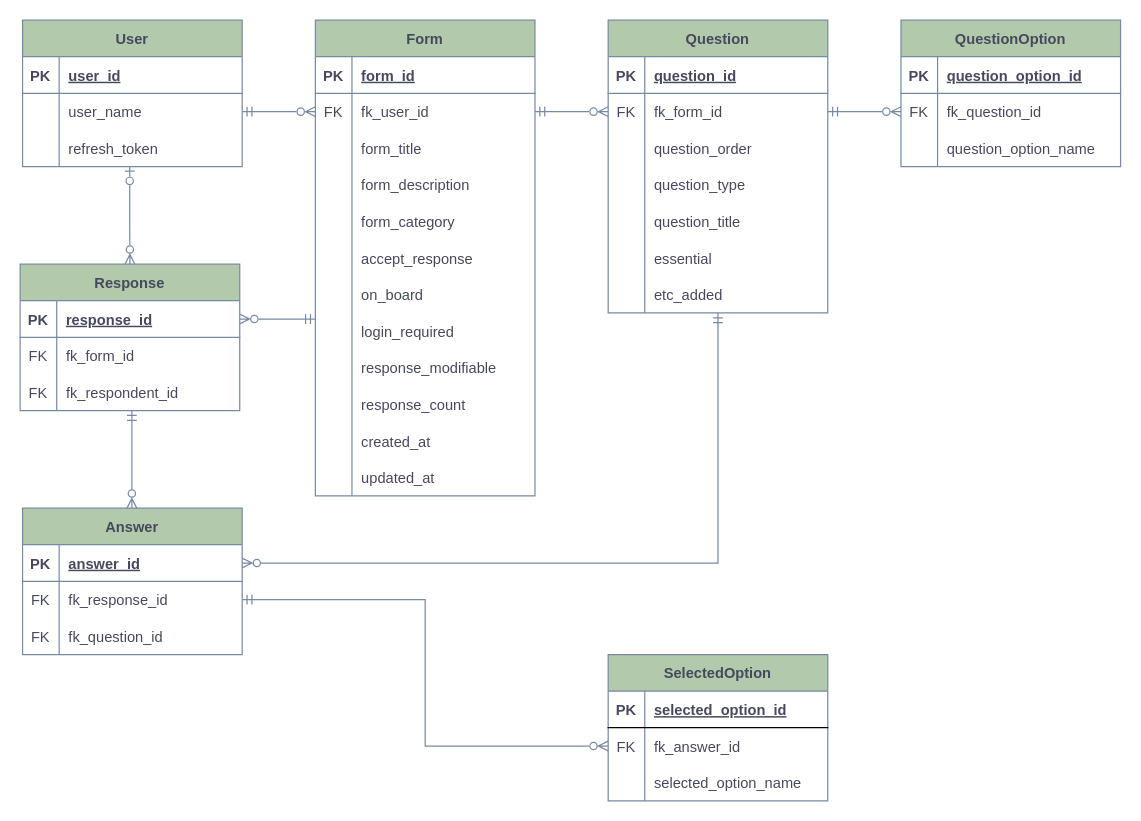
The draw.io diagram server/docs/erd.drawio in beepbipbp/BosstForm_Migration_MySQL, before the edit. Source tidied: cells renumbered, new cells numbered last; positions are measured from the earlier drawing's top-left corner, leaving out a move shared by most shapes. Both pictures are drawn from the tidied source at 122%, with x=0, y=0 at pixel (20, 20).
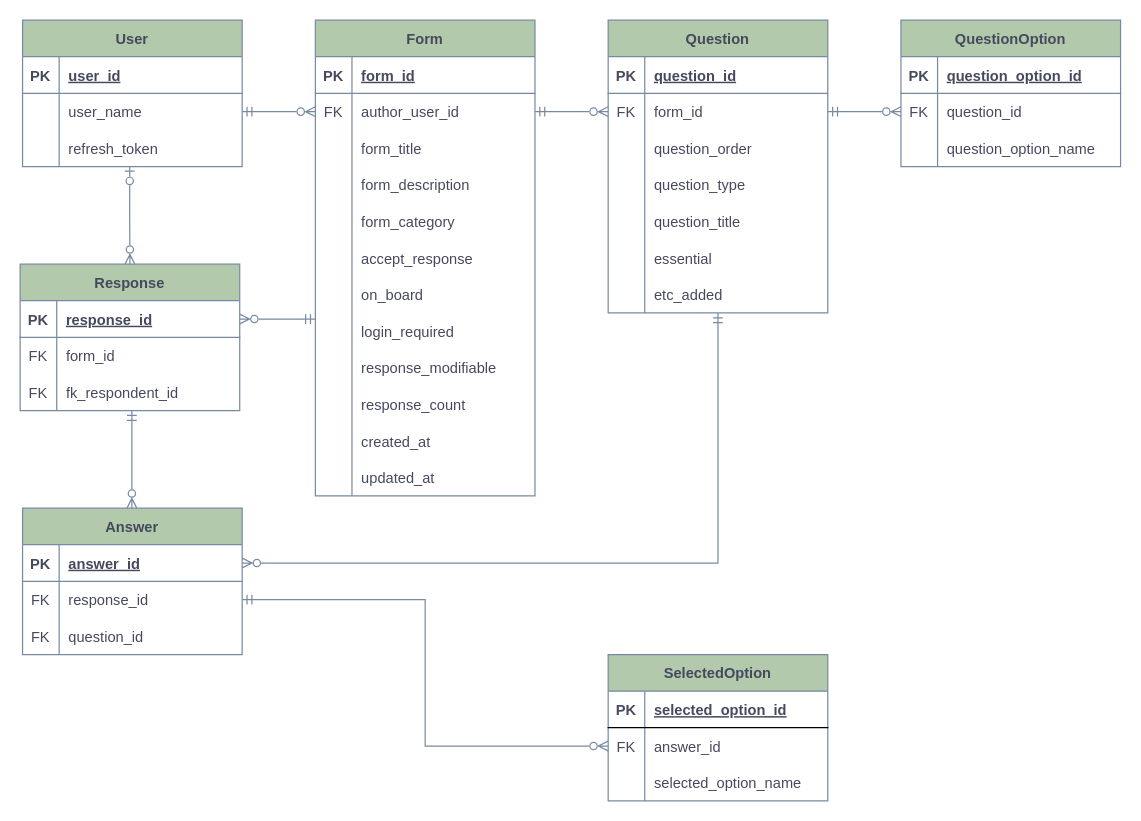
After the change.

Unchanged cells that the change refers to:
```xml
<mxCell id="16" style="shape=tableRow;horizontal=0;startSize=0;swimlaneHead=0;swimlaneBody=0;fillColor=none;points=[[0,0.5],[1,0.5]];portConstraint=eastwest;top=0;left=0;right=0;bottom=0;strokeColor=#788AA3;fontColor=#46495D;labelBackgroundColor=none;" parent="12" vertex="1">
  <mxGeometry y="60" width="180" height="30" as="geometry" />
</mxCell>
<mxCell id="53" style="shape=tableRow;horizontal=0;startSize=0;swimlaneHead=0;swimlaneBody=0;fillColor=none;points=[[0,0.5],[1,0.5]];portConstraint=eastwest;top=0;left=0;right=0;bottom=0;strokeColor=#788AA3;fontColor=#46495D;labelBackgroundColor=none;" parent="49" vertex="1">
  <mxGeometry y="60" width="180" height="30" as="geometry" />
</mxCell>
<mxCell id="75" style="shape=tableRow;horizontal=0;startSize=0;swimlaneHead=0;swimlaneBody=0;fillColor=none;points=[[0,0.5],[1,0.5]];portConstraint=eastwest;top=0;left=0;right=0;bottom=0;strokeColor=#788AA3;fontColor=#46495D;labelBackgroundColor=none;" parent="71" vertex="1">
  <mxGeometry y="60" width="180" height="30" as="geometry" />
</mxCell>
<mxCell id="85" style="shape=tableRow;horizontal=0;startSize=0;swimlaneHead=0;swimlaneBody=0;fillColor=none;top=0;left=0;right=0;bottom=0;strokeColor=#788AA3;fontColor=#46495D;labelBackgroundColor=none;" parent="81" vertex="1">
  <mxGeometry y="60" width="180" height="30" as="geometry" />
</mxCell>
<mxCell id="95" style="shape=tableRow;horizontal=0;startSize=0;swimlaneHead=0;swimlaneBody=0;fillColor=none;points=[[0,0.5],[1,0.5]];portConstraint=eastwest;top=0;left=0;right=0;bottom=0;strokeColor=#788AA3;fontColor=#46495D;labelBackgroundColor=none;" parent="91" vertex="1">
  <mxGeometry y="60" width="180" height="30" as="geometry" />
</mxCell>
<mxCell id="98" style="shape=tableRow;horizontal=0;startSize=0;swimlaneHead=0;swimlaneBody=0;fillColor=none;top=0;left=0;right=0;bottom=0;strokeColor=#788AA3;fontColor=#46495D;labelBackgroundColor=none;" parent="91" vertex="1">
  <mxGeometry y="90" width="180" height="30" as="geometry" />
</mxCell>
<mxCell id="105" style="shape=tableRow;horizontal=0;startSize=0;swimlaneHead=0;swimlaneBody=0;fillColor=none;points=[[0,0.5],[1,0.5]];portConstraint=eastwest;top=0;left=0;right=0;bottom=0;strokeColor=#788AA3;fontColor=#46495D;labelBackgroundColor=none;" parent="101" vertex="1">
  <mxGeometry y="60" width="180" height="30" as="geometry" />
</mxCell>
```

The edit, as a diff of the source:
```diff
@@
-    <mxCell id="18" value="fk_user_id" style="shape=partialRectangle;fillColor=none;top=0;left=0;bottom=0;right=0;align=left;spacingLeft=6;overflow=hidden;strokeColor=#788AA3;fontColor=#46495D;labelBackgroundColor=none;" parent="16" vertex="1">
+    <mxCell id="18" value="author_user_id" style="shape=partialRectangle;fillColor=none;top=0;left=0;bottom=0;right=0;align=left;spacingLeft=6;overflow=hidden;strokeColor=#788AA3;fontColor=#46495D;labelBackgroundColor=none;" parent="16" vertex="1">
       <mxGeometry x="30" width="150" height="30" as="geometry" />
     </mxCell>
@@
-    <mxCell id="55" value="fk_form_id" style="shape=partialRectangle;fillColor=none;top=0;left=0;bottom=0;right=0;align=left;spacingLeft=6;overflow=hidden;strokeColor=#788AA3;fontColor=#46495D;labelBackgroundColor=none;" parent="53" vertex="1">
+    <mxCell id="55" value="form_id" style="shape=partialRectangle;fillColor=none;top=0;left=0;bottom=0;right=0;align=left;spacingLeft=6;overflow=hidden;strokeColor=#788AA3;fontColor=#46495D;labelBackgroundColor=none;" parent="53" vertex="1">
       <mxGeometry x="30" width="150" height="30" as="geometry" />
     </mxCell>
@@
-    <mxCell id="77" value="fk_question_id" style="shape=partialRectangle;fillColor=none;top=0;left=0;bottom=0;right=0;align=left;spacingLeft=6;overflow=hidden;strokeColor=#788AA3;fontColor=#46495D;labelBackgroundColor=none;" parent="75" vertex="1">
+    <mxCell id="77" value="question_id" style="shape=partialRectangle;fillColor=none;top=0;left=0;bottom=0;right=0;align=left;spacingLeft=6;overflow=hidden;strokeColor=#788AA3;fontColor=#46495D;labelBackgroundColor=none;" parent="75" vertex="1">
       <mxGeometry x="30" width="150" height="30" as="geometry" />
     </mxCell>
@@
-    <mxCell id="87" value="fk_form_id" style="shape=partialRectangle;fillColor=none;top=0;left=0;bottom=0;right=0;align=left;spacingLeft=6;overflow=hidden;strokeColor=#788AA3;fontColor=#46495D;labelBackgroundColor=none;" parent="85" vertex="1">
+    <mxCell id="87" value="form_id" style="shape=partialRectangle;fillColor=none;top=0;left=0;bottom=0;right=0;align=left;spacingLeft=6;overflow=hidden;strokeColor=#788AA3;fontColor=#46495D;labelBackgroundColor=none;" parent="85" vertex="1">
       <mxGeometry x="30" width="150" height="30" as="geometry" />
     </mxCell>
@@
-    <mxCell id="97" value="fk_response_id" style="shape=partialRectangle;fillColor=none;top=0;left=0;bottom=0;right=0;align=left;spacingLeft=6;overflow=hidden;strokeColor=#788AA3;fontColor=#46495D;labelBackgroundColor=none;" parent="95" vertex="1">
+    <mxCell id="97" value="response_id" style="shape=partialRectangle;fillColor=none;top=0;left=0;bottom=0;right=0;align=left;spacingLeft=6;overflow=hidden;strokeColor=#788AA3;fontColor=#46495D;labelBackgroundColor=none;" parent="95" vertex="1">
       <mxGeometry x="30" width="150" height="30" as="geometry" />
     </mxCell>
@@
-    <mxCell id="100" value="fk_question_id" style="shape=partialRectangle;fillColor=none;top=0;left=0;bottom=0;right=0;align=left;spacingLeft=6;overflow=hidden;strokeColor=#788AA3;fontColor=#46495D;labelBackgroundColor=none;" parent="98" vertex="1">
+    <mxCell id="100" value="question_id" style="shape=partialRectangle;fillColor=none;top=0;left=0;bottom=0;right=0;align=left;spacingLeft=6;overflow=hidden;strokeColor=#788AA3;fontColor=#46495D;labelBackgroundColor=none;" parent="98" vertex="1">
       <mxGeometry x="30" width="150" height="30" as="geometry" />
     </mxCell>
@@
-    <mxCell id="107" value="fk_answer_id" style="shape=partialRectangle;fillColor=none;top=0;left=0;bottom=0;right=0;align=left;spacingLeft=6;overflow=hidden;strokeColor=#788AA3;fontColor=#46495D;labelBackgroundColor=none;" parent="105" vertex="1">
+    <mxCell id="107" value="answer_id" style="shape=partialRectangle;fillColor=none;top=0;left=0;bottom=0;right=0;align=left;spacingLeft=6;overflow=hidden;strokeColor=#788AA3;fontColor=#46495D;labelBackgroundColor=none;" parent="105" vertex="1">
       <mxGeometry x="30" width="150" height="30" as="geometry" />
     </mxCell>
```
